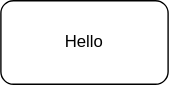
This is Kenny.drawio.svg from Kennysquared/technology, a draw.io export, as it was before one commit. Source tidied: cells renumbered, new cells last; positions are measured from the earlier drawing's top-left corner, leaving out a move shared by most shapes. Its diagram source:
```xml
<mxGraphModel>
  <root>
    <mxCell id="0" />
    <mxCell id="1" parent="0" />
    <mxCell id="2" value="Hello" style="rounded=1;whiteSpace=wrap;html=1;" parent="1" vertex="1">
      <mxGeometry width="120" height="60" as="geometry" />
    </mxCell>
  </root>
</mxGraphModel>
```
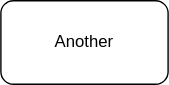
The same file after the commit.

Diff of the diagram source:
```diff
@@ -2,7 +2,7 @@
   <root>
     <mxCell id="0" />
     <mxCell id="1" parent="0" />
-    <mxCell id="2" value="Hello" style="rounded=1;whiteSpace=wrap;html=1;" parent="1" vertex="1">
+    <mxCell id="2" value="Another" style="rounded=1;whiteSpace=wrap;html=1;" parent="1" vertex="1">
       <mxGeometry width="120" height="60" as="geometry" />
     </mxCell>
   </root>
```
